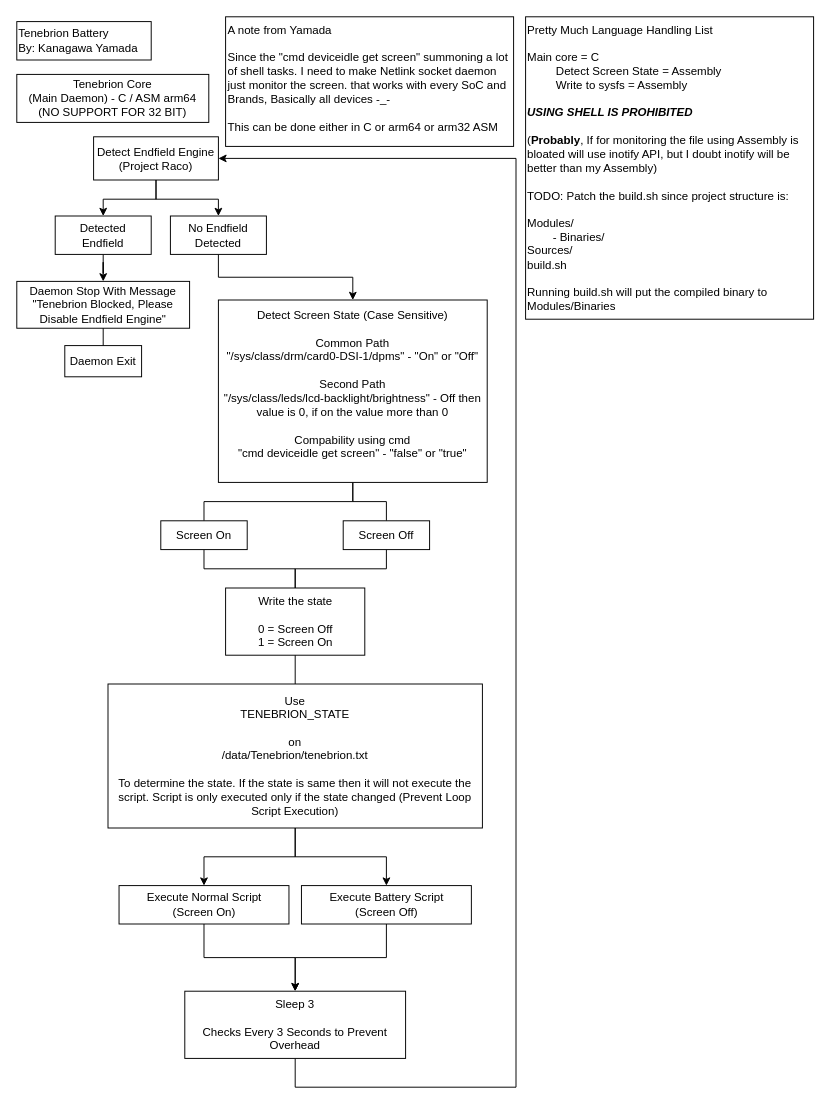
LoggingNewMemory/Tenebrion-Battery keeps this draw.io diagram as IMG & Concept/Concept ot Tenebrion.drawio. Above is the earlier version. Source tidied: cells renumbered, new cells numbered last; positions are measured from the earlier drawing's top-left corner, leaving out a move shared by most shapes. Both pictures are drawn from the tidied source at 96%, with x=0, y=0 at pixel (16, 16).
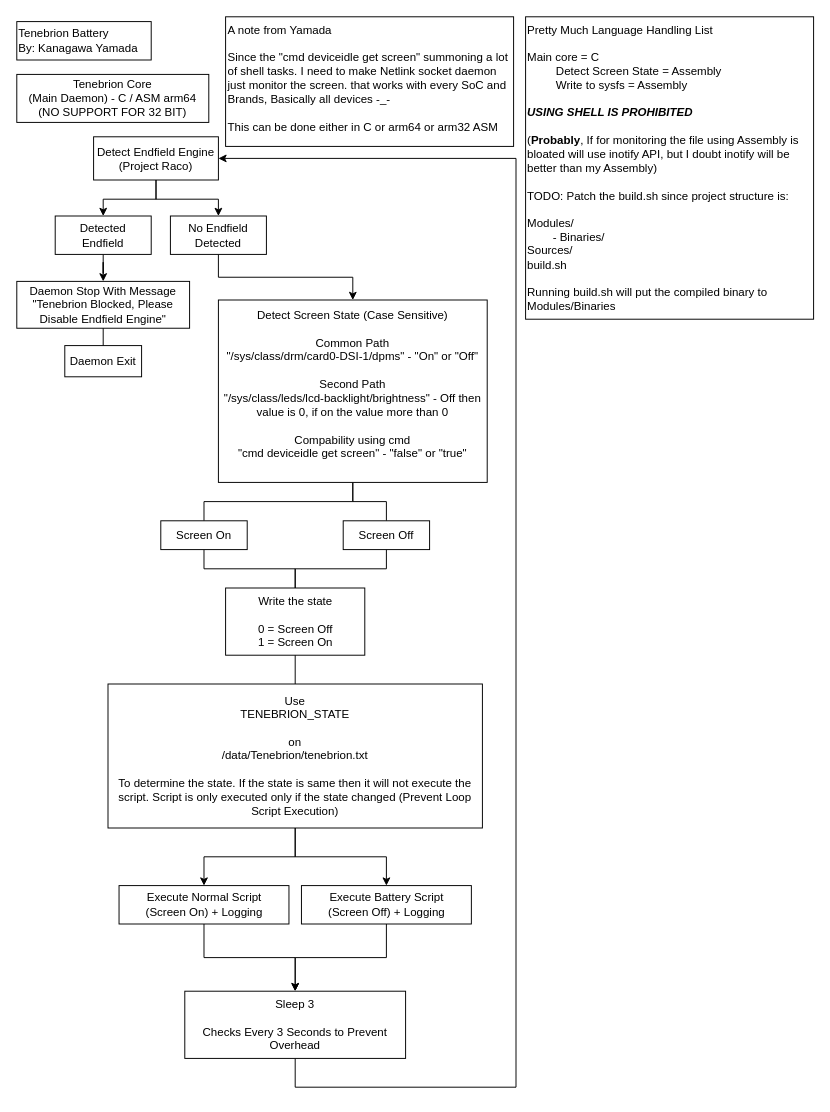
The same page after the edit.

Diff of the diagram source:
```diff
@@
-    <mxCell id="22" value="Execute Normal Script&lt;div&gt;(Screen On)&lt;/div&gt;" style="rounded=0;whiteSpace=wrap;html=1;" parent="1" vertex="1">
+    <mxCell id="22" value="Execute Normal Script&lt;div&gt;(Screen On) + Logging&lt;/div&gt;" style="rounded=0;whiteSpace=wrap;html=1;" parent="1" vertex="1">
       <mxGeometry x="106.5" y="905" width="177" height="40" as="geometry" />
     </mxCell>
@@
-    <mxCell id="24" value="Execute Battery Script&lt;div&gt;(Screen Off)&lt;/div&gt;" style="rounded=0;whiteSpace=wrap;html=1;" parent="1" vertex="1">
+    <mxCell id="24" value="Execute Battery Script&lt;div&gt;(Screen Off) + Logging&lt;/div&gt;" style="rounded=0;whiteSpace=wrap;html=1;" parent="1" vertex="1">
       <mxGeometry x="296.5" y="905" width="177" height="40" as="geometry" />
     </mxCell>
```
